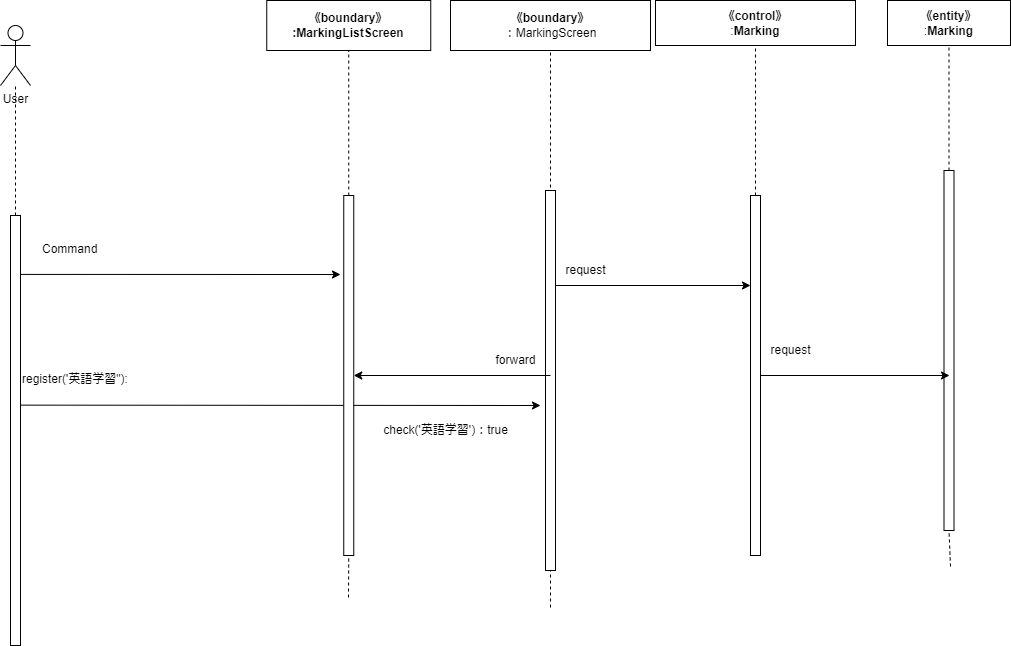
Above: Design/Sequence-8.drawio.png in Hu-Hanxu/First-App-Self-Management- (draw.io), before the change. Source tidied: cells renumbered, new cells last; positions are measured from the earlier drawing's top-left corner, leaving out a move shared by most shapes. Its diagram source:
```xml
<mxGraphModel>
  <root>
    <mxCell id="0" />
    <mxCell id="1" parent="0" />
    <mxCell id="2" value="User" style="shape=umlActor;verticalLabelPosition=bottom;verticalAlign=top;html=1;outlineConnect=0;" parent="1" vertex="1">
      <mxGeometry y="25" width="30" height="60" as="geometry" />
    </mxCell>
    <mxCell id="3" style="endArrow=none;dashed=1;html=1;exitX=0.5;exitY=0;exitDx=0;exitDy=0;" parent="1" edge="1" target="2">
      <mxGeometry relative="1" as="geometry">
        <mxPoint x="15" y="215" as="sourcePoint" />
      </mxGeometry>
    </mxCell>
    <mxCell id="4" value="&lt;span style=&quot;font-weight: 700;&quot;&gt;《boundary》&lt;/span&gt;&lt;br style=&quot;font-weight: 700;&quot;&gt;&lt;span style=&quot;font-weight: 700;&quot;&gt;:MarkingList&lt;/span&gt;&lt;b&gt;Screen&lt;/b&gt;" style="rounded=0;whiteSpace=wrap;html=1;" parent="1" vertex="1">
      <mxGeometry x="266.2" width="164" height="50" as="geometry" />
    </mxCell>
    <mxCell id="5" value="&lt;span style=&quot;font-weight: 700;&quot;&gt;《boundary》&lt;/span&gt;&lt;br&gt;：MarkingScreen" style="rounded=0;whiteSpace=wrap;html=1;" parent="1" vertex="1">
      <mxGeometry x="450" width="200" height="50" as="geometry" />
    </mxCell>
    <mxCell id="6" value="&lt;span style=&quot;font-weight: 700;&quot;&gt;《control》&lt;br&gt;&lt;/span&gt;:&lt;span style=&quot;font-weight: 700;&quot;&gt;Marking&lt;/span&gt;" style="rounded=0;whiteSpace=wrap;html=1;" parent="1" vertex="1">
      <mxGeometry x="655" width="200" height="45" as="geometry" />
    </mxCell>
    <mxCell id="7" style="endArrow=classic;html=1;exitX=0.162;exitY=0.441;exitDx=0;exitDy=0;exitPerimeter=0;" parent="1" edge="1" source="8">
      <mxGeometry relative="1" as="geometry">
        <mxPoint x="540" y="405" as="targetPoint" />
      </mxGeometry>
    </mxCell>
    <mxCell id="8" style="rounded=0;whiteSpace=wrap;html=1;" parent="1" vertex="1">
      <mxGeometry x="10" y="215" width="10" height="430" as="geometry" />
    </mxCell>
    <mxCell id="9" style="endArrow=none;dashed=1;html=1;entryX=0.5;entryY=1;entryDx=0;entryDy=0;startArrow=none;" parent="1" edge="1" source="11" target="4">
      <mxGeometry relative="1" as="geometry" />
    </mxCell>
    <mxCell id="10" style="endArrow=none;dashed=1;html=1;entryX=0.5;entryY=1;entryDx=0;entryDy=0;" parent="1" edge="1" target="11">
      <mxGeometry relative="1" as="geometry">
        <mxPoint x="348" y="597" as="sourcePoint" />
      </mxGeometry>
    </mxCell>
    <mxCell id="11" style="rounded=0;whiteSpace=wrap;html=1;" parent="1" vertex="1">
      <mxGeometry x="343.2" y="195" width="10" height="360" as="geometry" />
    </mxCell>
    <mxCell id="12" style="endArrow=none;dashed=1;html=1;entryX=0.5;entryY=1;entryDx=0;entryDy=0;" parent="1" edge="1" target="5">
      <mxGeometry relative="1" as="geometry">
        <mxPoint x="550" y="607" as="sourcePoint" />
      </mxGeometry>
    </mxCell>
    <mxCell id="13" style="rounded=0;whiteSpace=wrap;html=1;" parent="1" vertex="1">
      <mxGeometry x="545" y="190" width="10" height="380" as="geometry" />
    </mxCell>
    <mxCell id="14" style="endArrow=none;dashed=1;html=1;entryX=0.5;entryY=1;entryDx=0;entryDy=0;startArrow=none;" parent="1" edge="1" source="15" target="6">
      <mxGeometry relative="1" as="geometry" />
    </mxCell>
    <mxCell id="15" style="rounded=0;whiteSpace=wrap;html=1;" parent="1" vertex="1">
      <mxGeometry x="750" y="195" width="10" height="360" as="geometry" />
    </mxCell>
    <mxCell id="16" value="&lt;span style=&quot;font-weight: 700;&quot;&gt;《entity》&lt;/span&gt;&lt;br&gt;:&lt;span style=&quot;font-weight: 700;&quot;&gt;Marking&lt;/span&gt;" style="rounded=0;whiteSpace=wrap;html=1;" parent="1" vertex="1">
      <mxGeometry x="887" width="123" height="45" as="geometry" />
    </mxCell>
    <mxCell id="17" style="endArrow=none;dashed=1;html=1;entryX=0.5;entryY=1;entryDx=0;entryDy=0;startArrow=none;" parent="1" edge="1" source="19" target="16">
      <mxGeometry relative="1" as="geometry" />
    </mxCell>
    <mxCell id="18" style="endArrow=none;dashed=1;html=1;entryX=0.5;entryY=1;entryDx=0;entryDy=0;" parent="1" edge="1" target="19">
      <mxGeometry relative="1" as="geometry">
        <mxPoint x="950" y="566" as="sourcePoint" />
      </mxGeometry>
    </mxCell>
    <mxCell id="19" style="rounded=0;whiteSpace=wrap;html=1;" parent="1" vertex="1">
      <mxGeometry x="943.5" y="170" width="10" height="360" as="geometry" />
    </mxCell>
    <mxCell id="20" value="register('英語学習&quot;):" style="text;whiteSpace=wrap;html=1;" parent="1" vertex="1">
      <mxGeometry x="20" y="365" width="280" height="40" as="geometry" />
    </mxCell>
    <mxCell id="21" value="Command" style="text;whiteSpace=wrap;html=1;" parent="1" vertex="1">
      <mxGeometry x="40" y="235" width="90" height="40" as="geometry" />
    </mxCell>
    <mxCell id="22" style="endArrow=classic;html=1;exitX=1.055;exitY=0.137;exitDx=0;exitDy=0;exitPerimeter=0;" parent="1" edge="1" source="8">
      <mxGeometry relative="1" as="geometry">
        <mxPoint x="340" y="274" as="targetPoint" />
      </mxGeometry>
    </mxCell>
    <mxCell id="23" style="endArrow=classic;html=1;exitX=1;exitY=0.25;exitDx=0;exitDy=0;entryX=0;entryY=0.25;entryDx=0;entryDy=0;" parent="1" edge="1" source="13" target="15">
      <mxGeometry relative="1" as="geometry" />
    </mxCell>
    <mxCell id="24" value="request" style="text;html=1;align=center;verticalAlign=middle;strokeColor=none;fillColor=none;" parent="1" vertex="1">
      <mxGeometry x="555" y="255" width="60" height="30" as="geometry" />
    </mxCell>
    <mxCell id="25" style="endArrow=classic;html=1;" parent="1" edge="1" target="11">
      <mxGeometry relative="1" as="geometry">
        <mxPoint x="550" y="375" as="sourcePoint" />
      </mxGeometry>
    </mxCell>
    <mxCell id="26" value="forward" style="text;html=1;align=center;verticalAlign=middle;strokeColor=none;fillColor=none;" parent="1" vertex="1">
      <mxGeometry x="485" y="345" width="60" height="30" as="geometry" />
    </mxCell>
    <mxCell id="27" style="endArrow=classic;html=1;exitX=1;exitY=0.5;exitDx=0;exitDy=0;" parent="1" edge="1" source="15">
      <mxGeometry relative="1" as="geometry">
        <mxPoint x="949" y="375" as="targetPoint" />
      </mxGeometry>
    </mxCell>
    <mxCell id="28" value="request" style="text;html=1;align=center;verticalAlign=middle;strokeColor=none;fillColor=none;" parent="1" vertex="1">
      <mxGeometry x="760" y="335" width="60" height="30" as="geometry" />
    </mxCell>
    <mxCell id="29" value="check('英語学習')：true" style="text;html=1;align=center;verticalAlign=middle;strokeColor=none;fillColor=none;" parent="1" vertex="1">
      <mxGeometry x="370" y="415" width="150" height="30" as="geometry" />
    </mxCell>
  </root>
</mxGraphModel>
```
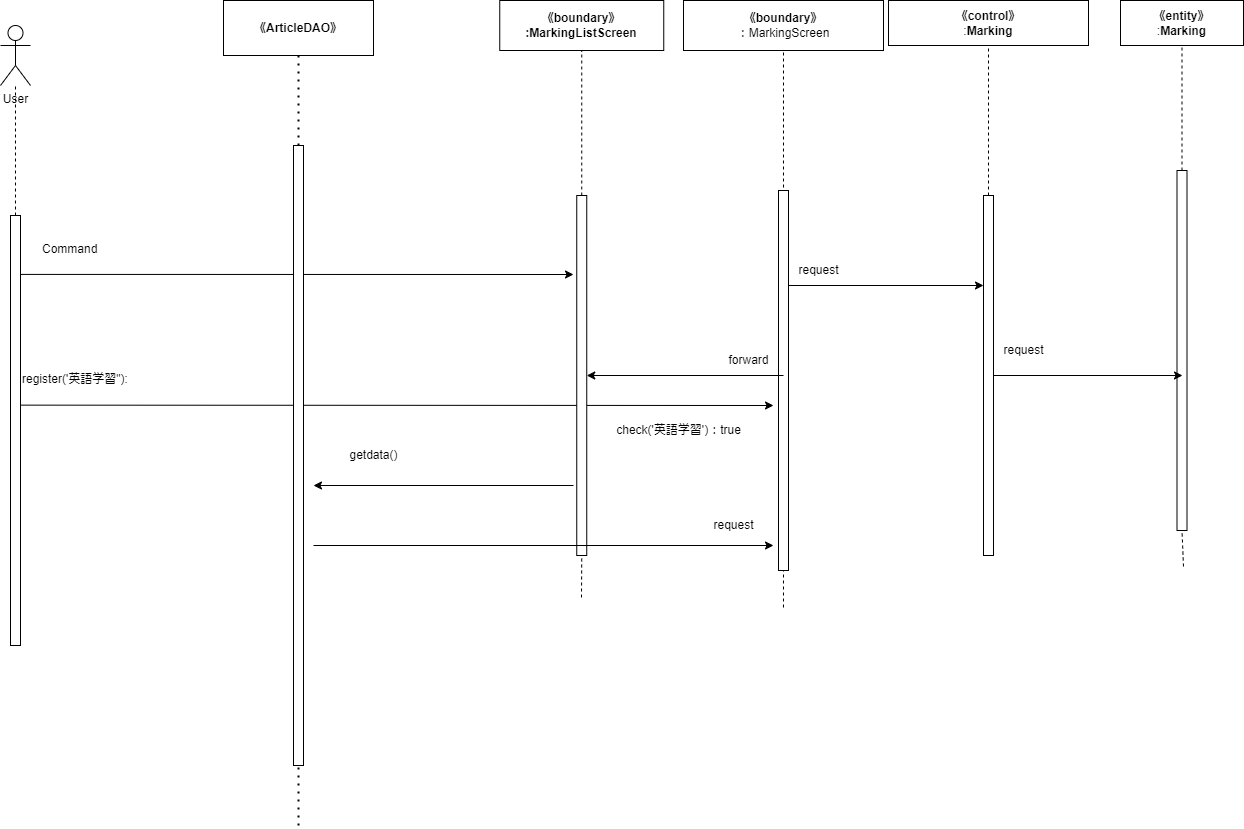
Above is the later version.

Change to the diagram source:
```diff
@@ -3,11 +3,11 @@
     <mxCell id="0" />
     <mxCell id="1" parent="0" />
     <mxCell id="2" value="User" style="shape=umlActor;verticalLabelPosition=bottom;verticalAlign=top;html=1;outlineConnect=0;" parent="1" vertex="1">
-      <mxGeometry y="25" width="30" height="60" as="geometry" />
+      <mxGeometry x="-233" y="25" width="30" height="60" as="geometry" />
     </mxCell>
     <mxCell id="3" style="endArrow=none;dashed=1;html=1;exitX=0.5;exitY=0;exitDx=0;exitDy=0;" parent="1" edge="1" target="2">
       <mxGeometry relative="1" as="geometry">
-        <mxPoint x="15" y="215" as="sourcePoint" />
+        <mxPoint x="-218" y="215" as="sourcePoint" />
       </mxGeometry>
     </mxCell>
     <mxCell id="4" value="&lt;span style=&quot;font-weight: 700;&quot;&gt;《boundary》&lt;/span&gt;&lt;br style=&quot;font-weight: 700;&quot;&gt;&lt;span style=&quot;font-weight: 700;&quot;&gt;:MarkingList&lt;/span&gt;&lt;b&gt;Screen&lt;/b&gt;" style="rounded=0;whiteSpace=wrap;html=1;" parent="1" vertex="1">
@@ -25,7 +25,7 @@
       </mxGeometry>
     </mxCell>
     <mxCell id="8" style="rounded=0;whiteSpace=wrap;html=1;" parent="1" vertex="1">
-      <mxGeometry x="10" y="215" width="10" height="430" as="geometry" />
+      <mxGeometry x="-223" y="215" width="10" height="430" as="geometry" />
     </mxCell>
     <mxCell id="9" style="endArrow=none;dashed=1;html=1;entryX=0.5;entryY=1;entryDx=0;entryDy=0;startArrow=none;" parent="1" edge="1" source="11" target="4">
       <mxGeometry relative="1" as="geometry" />
@@ -67,10 +67,10 @@
       <mxGeometry x="943.5" y="170" width="10" height="360" as="geometry" />
     </mxCell>
     <mxCell id="20" value="register('英語学習&quot;):" style="text;whiteSpace=wrap;html=1;" parent="1" vertex="1">
-      <mxGeometry x="20" y="365" width="280" height="40" as="geometry" />
+      <mxGeometry x="-213" y="365" width="280" height="40" as="geometry" />
     </mxCell>
     <mxCell id="21" value="Command" style="text;whiteSpace=wrap;html=1;" parent="1" vertex="1">
-      <mxGeometry x="40" y="235" width="90" height="40" as="geometry" />
+      <mxGeometry x="-193" y="235" width="90" height="40" as="geometry" />
     </mxCell>
     <mxCell id="22" style="endArrow=classic;html=1;exitX=1.055;exitY=0.137;exitDx=0;exitDy=0;exitPerimeter=0;" parent="1" edge="1" source="8">
       <mxGeometry relative="1" as="geometry">
@@ -102,5 +102,37 @@
     <mxCell id="29" value="check('英語学習')：true" style="text;html=1;align=center;verticalAlign=middle;strokeColor=none;fillColor=none;" parent="1" vertex="1">
       <mxGeometry x="370" y="415" width="150" height="30" as="geometry" />
     </mxCell>
+    <mxCell id="30" value="&lt;span style=&quot;font-weight: 700;&quot;&gt;《&lt;/span&gt;&lt;span style=&quot;font-weight: 700;&quot;&gt;ArticleDAO&lt;/span&gt;&lt;span style=&quot;font-weight: 700;&quot;&gt;》&lt;/span&gt;" style="rounded=0;whiteSpace=wrap;html=1;" parent="1" vertex="1">
+      <mxGeometry x="-10" width="150" height="55" as="geometry" />
+    </mxCell>
+    <mxCell id="31" style="endArrow=none;dashed=1;html=1;dashPattern=1 3;strokeWidth=2;entryX=0.5;entryY=1;entryDx=0;entryDy=0;startArrow=none;" parent="1" edge="1" source="33" target="30">
+      <mxGeometry relative="1" as="geometry" />
+    </mxCell>
+    <mxCell id="32" style="endArrow=none;dashed=1;html=1;dashPattern=1 3;strokeWidth=2;entryX=0.5;entryY=1;entryDx=0;entryDy=0;" parent="1" edge="1" target="33">
+      <mxGeometry relative="1" as="geometry">
+        <mxPoint x="65" y="825" as="sourcePoint" />
+      </mxGeometry>
+    </mxCell>
+    <mxCell id="33" style="rounded=0;whiteSpace=wrap;html=1;" parent="1" vertex="1">
+      <mxGeometry x="60" y="145" width="10" height="620" as="geometry" />
+    </mxCell>
+    <mxCell id="34" value="getdata()" style="text;html=1;align=center;verticalAlign=middle;strokeColor=none;fillColor=none;" parent="1" vertex="1">
+      <mxGeometry x="105" y="440" width="70" height="30" as="geometry" />
+    </mxCell>
+    <mxCell id="35" style="endArrow=classic;html=1;" parent="1" edge="1">
+      <mxGeometry relative="1" as="geometry">
+        <mxPoint x="340" y="485" as="sourcePoint" />
+        <mxPoint x="80" y="485" as="targetPoint" />
+      </mxGeometry>
+    </mxCell>
+    <mxCell id="36" style="endArrow=classic;html=1;" parent="1" edge="1">
+      <mxGeometry relative="1" as="geometry">
+        <mxPoint x="80" y="545" as="sourcePoint" />
+        <mxPoint x="540" y="545" as="targetPoint" />
+      </mxGeometry>
+    </mxCell>
+    <mxCell id="37" value="request" style="text;html=1;align=center;verticalAlign=middle;strokeColor=none;fillColor=none;" parent="1" vertex="1">
+      <mxGeometry x="470" y="510" width="60" height="30" as="geometry" />
+    </mxCell>
   </root>
 </mxGraphModel>
```
